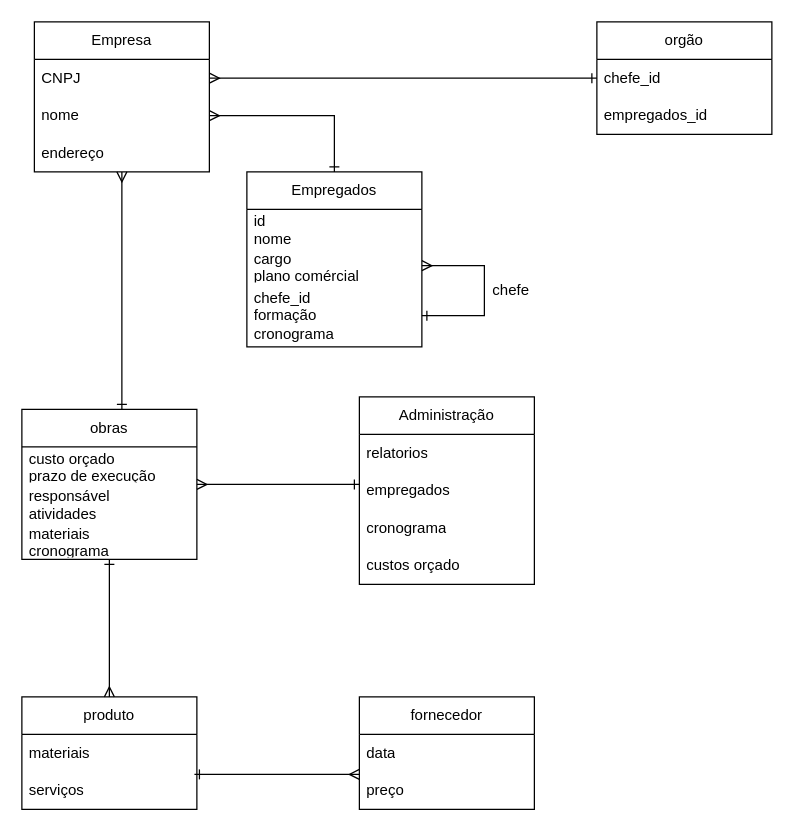
Before: projeto.drawio in Paulobenaia/banco-de-dados, a draw.io diagram. Source tidied: cells renumbered, new cells numbered last; positions are measured from the earlier drawing's top-left corner, leaving out a move shared by most shapes. Both pictures are drawn from the tidied source at 125%, with x=0, y=0 at pixel (21, 21).
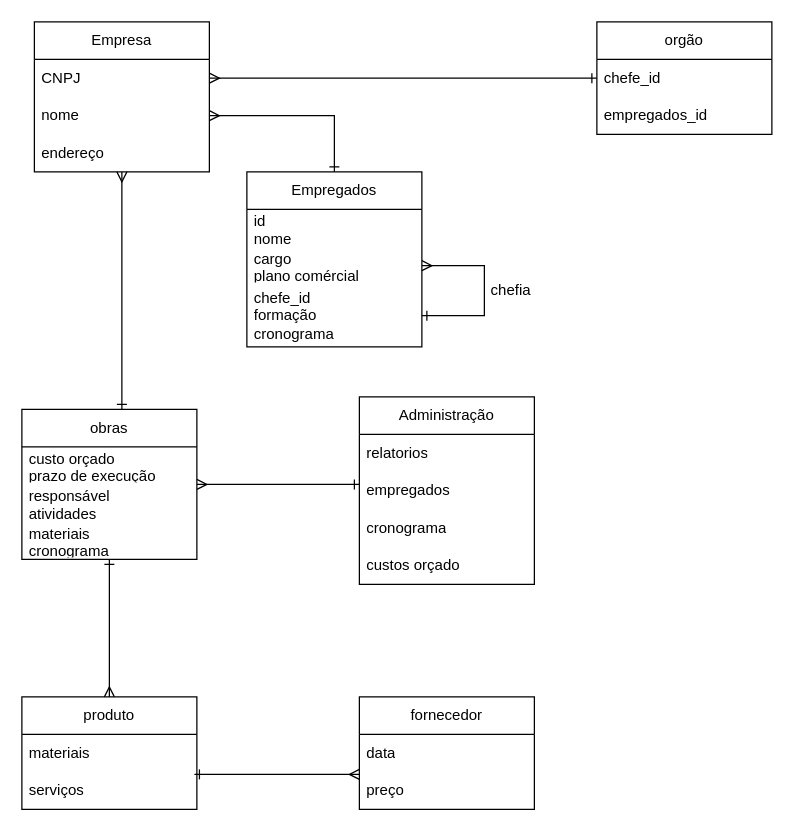
The same diagram, later.

What changed in the source:
```diff
@@
-    <mxCell id="12" value="chefe" style="text;html=1;align=center;verticalAlign=middle;strokeColor=none;fillColor=none;" parent="1" vertex="1">
-      <mxGeometry x="366" y="200" width="50" height="30" as="geometry" />
+    <mxCell id="12" value="&lt;div&gt;chefia&lt;/div&gt;" style="text;html=1;align=center;verticalAlign=middle;strokeColor=none;fillColor=none;" parent="1" vertex="1">
+      <mxGeometry x="361" y="200" width="60" height="30" as="geometry" />
     </mxCell>
```
